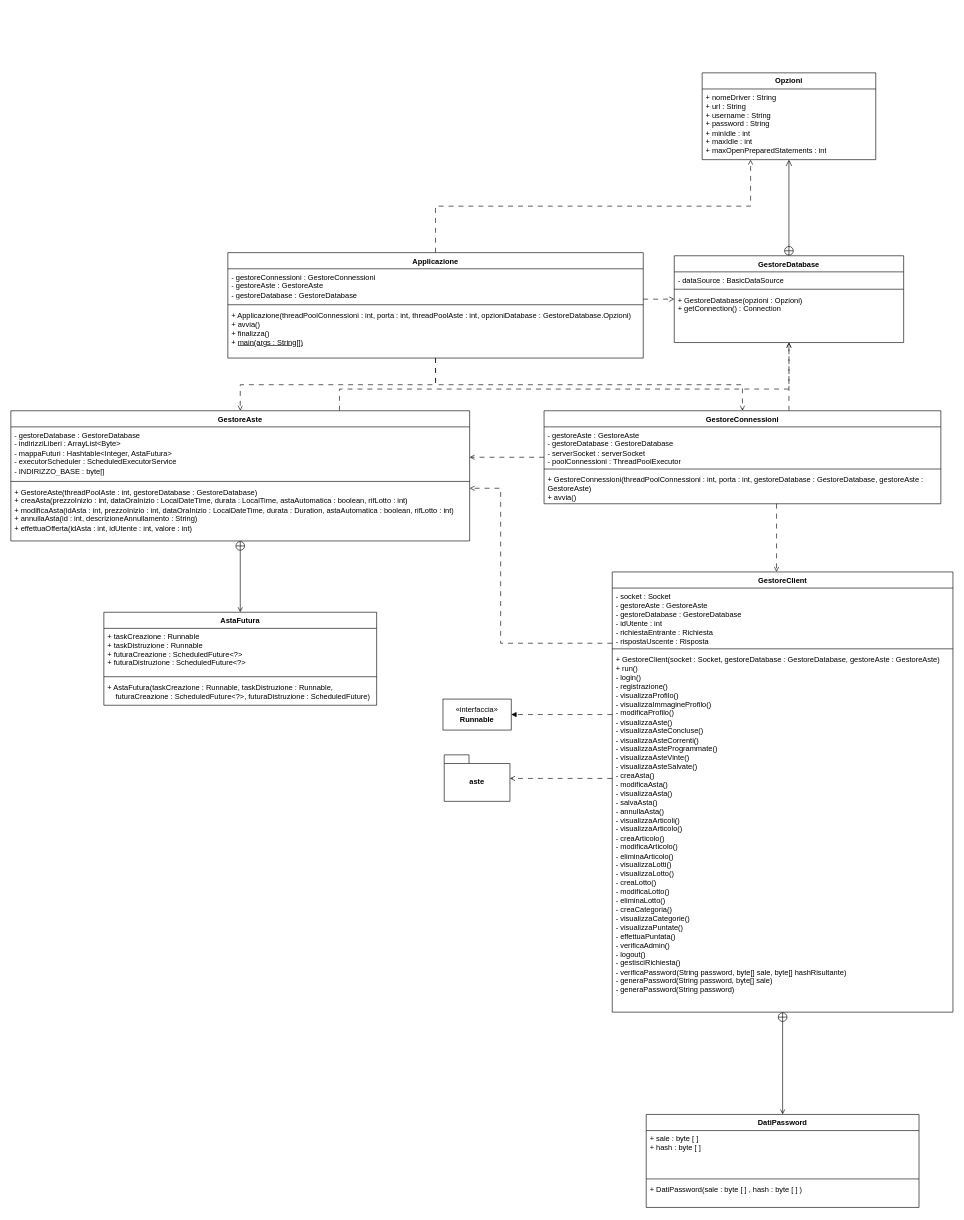
The draw.io diagram documenti/DC-Server.drawio in Chaos-Rat/GAO, before the edit. Source tidied: cells renumbered, new cells numbered last; positions are measured from the earlier drawing's top-left corner, leaving out a move shared by most shapes. Both pictures are drawn from the tidied source at 62%, with x=0, y=0 at pixel (11, 73).
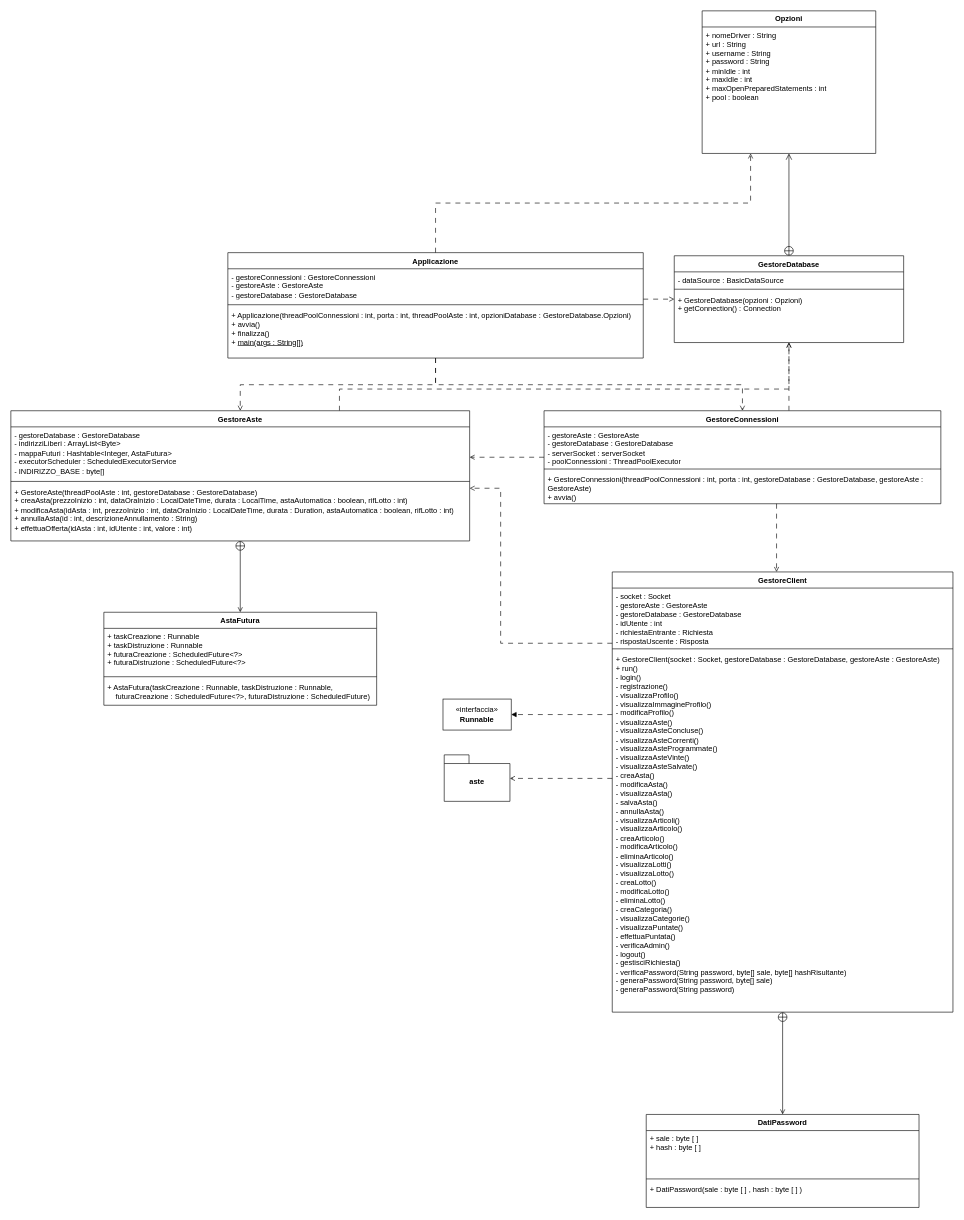
Above is the later version.

Diff of the diagram source:
```diff
@@
     <mxCell id="34" value="&lt;b&gt;Opzioni&lt;/b&gt;" style="swimlane;fontStyle=0;horizontal=1;startSize=26;fillColor=none;whiteSpace=wrap;html=1;" parent="1" vertex="1">
-      <mxGeometry x="1115" width="280" height="140" as="geometry" />
+      <mxGeometry x="1115" y="-100" width="280" height="230" as="geometry" />
     </mxCell>
-    <mxCell id="35" value="+ nomeDriver : String&lt;div&gt;+ url : String&lt;/div&gt;&lt;div&gt;+ username : String&lt;/div&gt;&lt;div&gt;+ password : String&lt;/div&gt;&lt;div&gt;+ minIdle : int&lt;/div&gt;&lt;div&gt;+ maxIdle : int&lt;/div&gt;&lt;div&gt;+ maxOpenPreparedStatements : int&lt;/div&gt;" style="text;strokeColor=none;fillColor=none;align=left;verticalAlign=top;spacingLeft=4;spacingRight=4;overflow=hidden;points=[[0,0.5],[1,0.5]];portConstraint=eastwest;whiteSpace=wrap;html=1;" parent="34" vertex="1">
-      <mxGeometry y="26" width="280" height="114" as="geometry" />
+    <mxCell id="35" value="+ nomeDriver : String&lt;div&gt;+ url : String&lt;/div&gt;&lt;div&gt;+ username : String&lt;/div&gt;&lt;div&gt;+ password : String&lt;/div&gt;&lt;div&gt;+ minIdle : int&lt;/div&gt;&lt;div&gt;+ maxIdle : int&lt;/div&gt;&lt;div&gt;+ maxOpenPreparedStatements : int&lt;/div&gt;&lt;div&gt;+ pool : boolean&lt;/div&gt;" style="text;strokeColor=none;fillColor=none;align=left;verticalAlign=top;spacingLeft=4;spacingRight=4;overflow=hidden;points=[[0,0.5],[1,0.5]];portConstraint=eastwest;whiteSpace=wrap;html=1;" parent="34" vertex="1">
+      <mxGeometry y="26" width="280" height="204" as="geometry" />
     </mxCell>
```
